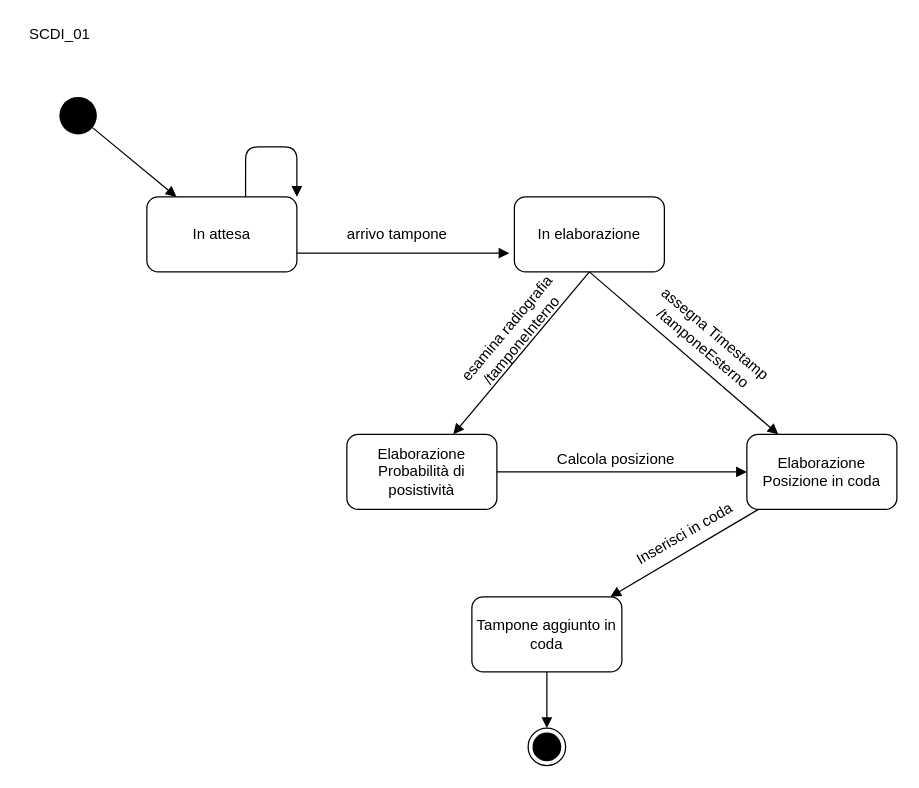
The draw.io diagram page "TamponeControl" (3 of 4) of Diagrammi/Statechart Diagram.drawio in lorycris99/Team-HILO, before the edit. Source tidied: cells renumbered, new cells numbered last; positions are measured from the earlier drawing's top-left corner, leaving out a move shared by most shapes. Both pictures are drawn from the tidied source at 125%, with x=0, y=0 at pixel (21, 21).
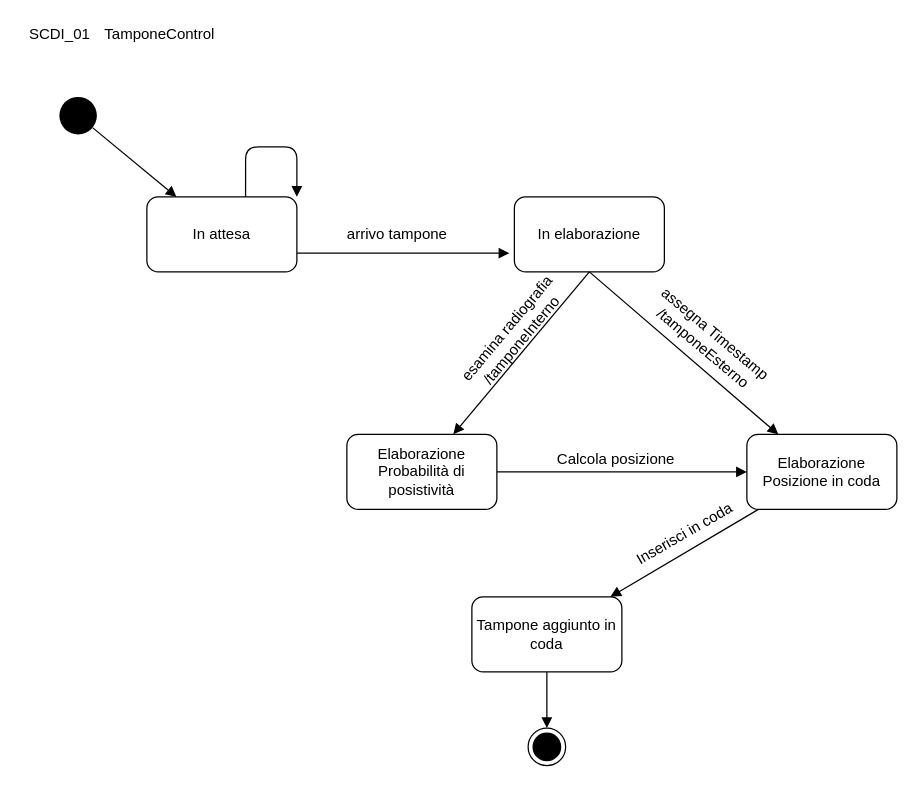
After the change.

The edit, as a diff of the source:
```diff
@@
+    <mxCell id="23" value="TamponeControl" style="text;html=1;align=center;verticalAlign=middle;" parent="1" vertex="1">
+      <mxGeometry x="60" width="100" height="20" as="geometry" />
+    </mxCell>
```
